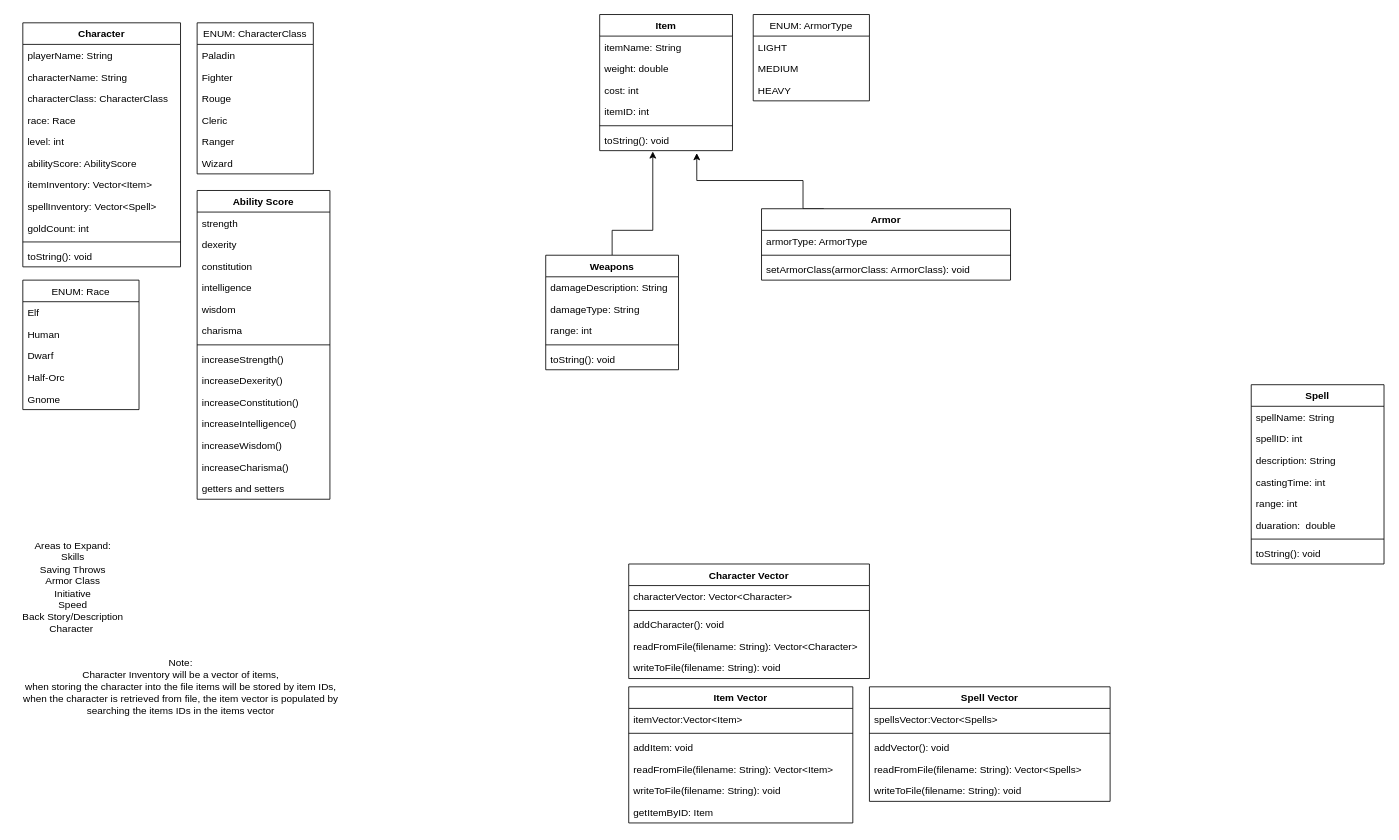
Before: documentation/project_class_structure_and_design.drawio in ScientiaDominus/ECE-3220-Project, a draw.io diagram. Source tidied: cells renumbered, new cells numbered last; positions are measured from the earlier drawing's top-left corner, leaving out a move shared by most shapes. Both pictures are drawn from the tidied source at 83%, with x=0, y=0 at pixel (14, 14).
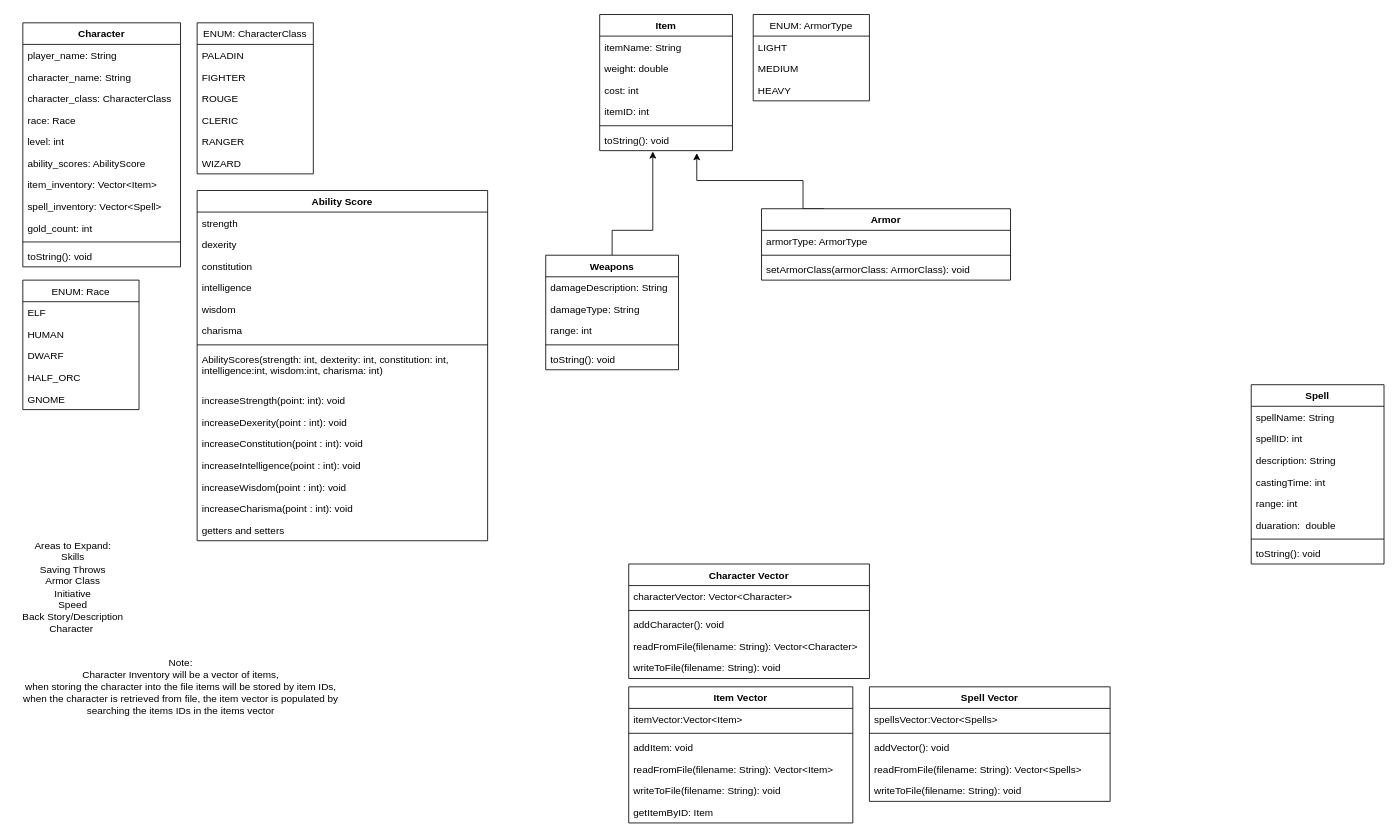
After the change.

Commit message:
Updated Race and CharacterClass enumerations, added Constructor to AbilityScores

The change refers to these unchanged cells:
```xml
<mxCell id="2" value="Character" style="swimlane;fontStyle=1;align=center;verticalAlign=top;horizontal=1;startSize=26;" parent="1" vertex="1">
  <mxGeometry x="10" y="10" width="190" height="294" as="geometry" />
</mxCell>
<mxCell id="52" value="ENUM: Race" style="swimlane;fontStyle=0;horizontal=1;startSize=26;fillColor=none;" parent="1" vertex="1">
  <mxGeometry x="10" y="320" width="140" height="156" as="geometry" />
</mxCell>
<mxCell id="65" value="ENUM: CharacterClass" style="swimlane;fontStyle=0;horizontal=1;startSize=26;fillColor=none;" parent="1" vertex="1">
  <mxGeometry x="220" y="10" width="140" height="182" as="geometry" />
</mxCell>
```

Change to the diagram source:
```diff
@@
-    <mxCell id="3" value="playerName: String" style="text;strokeColor=none;fillColor=none;align=left;verticalAlign=top;spacingLeft=4;spacingRight=4;overflow=hidden;" parent="2" vertex="1">
+    <mxCell id="3" value="player_name: String" style="text;strokeColor=none;fillColor=none;align=left;verticalAlign=top;spacingLeft=4;spacingRight=4;overflow=hidden;" parent="2" vertex="1">
       <mxGeometry y="26" width="190" height="26" as="geometry" />
     </mxCell>
-    <mxCell id="4" value="characterName: String" style="text;strokeColor=none;fillColor=none;align=left;verticalAlign=top;spacingLeft=4;spacingRight=4;overflow=hidden;" parent="2" vertex="1">
+    <mxCell id="4" value="character_name: String" style="text;strokeColor=none;fillColor=none;align=left;verticalAlign=top;spacingLeft=4;spacingRight=4;overflow=hidden;" parent="2" vertex="1">
       <mxGeometry y="52" width="190" height="26" as="geometry" />
     </mxCell>
-    <mxCell id="5" value="characterClass: CharacterClass" style="text;strokeColor=none;fillColor=none;align=left;verticalAlign=top;spacingLeft=4;spacingRight=4;overflow=hidden;" parent="2" vertex="1">
+    <mxCell id="5" value="character_class: CharacterClass" style="text;strokeColor=none;fillColor=none;align=left;verticalAlign=top;spacingLeft=4;spacingRight=4;overflow=hidden;" parent="2" vertex="1">
       <mxGeometry y="78" width="190" height="26" as="geometry" />
     </mxCell>
@@
-    <mxCell id="8" value="abilityScore: AbilityScore" style="text;strokeColor=none;fillColor=none;align=left;verticalAlign=top;spacingLeft=4;spacingRight=4;overflow=hidden;" parent="2" vertex="1">
+    <mxCell id="8" value="ability_scores: AbilityScore" style="text;strokeColor=none;fillColor=none;align=left;verticalAlign=top;spacingLeft=4;spacingRight=4;overflow=hidden;" parent="2" vertex="1">
       <mxGeometry y="156" width="190" height="26" as="geometry" />
     </mxCell>
-    <mxCell id="9" value="itemInventory: Vector&lt;Item&gt;" style="text;strokeColor=none;fillColor=none;align=left;verticalAlign=top;spacingLeft=4;spacingRight=4;overflow=hidden;" parent="2" vertex="1">
+    <mxCell id="9" value="item_inventory: Vector&lt;Item&gt;" style="text;strokeColor=none;fillColor=none;align=left;verticalAlign=top;spacingLeft=4;spacingRight=4;overflow=hidden;" parent="2" vertex="1">
       <mxGeometry y="182" width="190" height="26" as="geometry" />
     </mxCell>
-    <mxCell id="10" value="spellInventory: Vector&lt;Spell&gt;" style="text;strokeColor=none;fillColor=none;align=left;verticalAlign=top;spacingLeft=4;spacingRight=4;overflow=hidden;" parent="2" vertex="1">
+    <mxCell id="10" value="spell_inventory: Vector&lt;Spell&gt;" style="text;strokeColor=none;fillColor=none;align=left;verticalAlign=top;spacingLeft=4;spacingRight=4;overflow=hidden;" parent="2" vertex="1">
       <mxGeometry y="208" width="190" height="26" as="geometry" />
     </mxCell>
-    <mxCell id="11" value="goldCount: int" style="text;strokeColor=none;fillColor=none;align=left;verticalAlign=top;spacingLeft=4;spacingRight=4;overflow=hidden;" parent="2" vertex="1">
+    <mxCell id="11" value="gold_count: int" style="text;strokeColor=none;fillColor=none;align=left;verticalAlign=top;spacingLeft=4;spacingRight=4;overflow=hidden;" parent="2" vertex="1">
       <mxGeometry y="234" width="190" height="26" as="geometry" />
     </mxCell>
@@
     <mxCell id="37" value="Ability Score" style="swimlane;fontStyle=1;align=center;verticalAlign=top;horizontal=1;startSize=26;" parent="1" vertex="1">
-      <mxGeometry x="220" y="212" width="160" height="372" as="geometry" />
+      <mxGeometry x="220" y="212" width="350" height="422" as="geometry" />
     </mxCell>
     <mxCell id="38" value="strength" style="text;strokeColor=none;fillColor=none;align=left;verticalAlign=top;spacingLeft=4;spacingRight=4;overflow=hidden;" parent="37" vertex="1">
-      <mxGeometry y="26" width="160" height="26" as="geometry" />
+      <mxGeometry y="26" width="350" height="26" as="geometry" />
     </mxCell>
     <mxCell id="39" value="dexerity" style="text;strokeColor=none;fillColor=none;align=left;verticalAlign=top;spacingLeft=4;spacingRight=4;overflow=hidden;" parent="37" vertex="1">
-      <mxGeometry y="52" width="160" height="26" as="geometry" />
+      <mxGeometry y="52" width="350" height="26" as="geometry" />
     </mxCell>
     <mxCell id="40" value="constitution" style="text;strokeColor=none;fillColor=none;align=left;verticalAlign=top;spacingLeft=4;spacingRight=4;overflow=hidden;" parent="37" vertex="1">
-      <mxGeometry y="78" width="160" height="26" as="geometry" />
+      <mxGeometry y="78" width="350" height="26" as="geometry" />
     </mxCell>
     <mxCell id="41" value="intelligence" style="text;strokeColor=none;fillColor=none;align=left;verticalAlign=top;spacingLeft=4;spacingRight=4;overflow=hidden;" parent="37" vertex="1">
-      <mxGeometry y="104" width="160" height="26" as="geometry" />
+      <mxGeometry y="104" width="350" height="26" as="geometry" />
     </mxCell>
     <mxCell id="42" value="wisdom" style="text;strokeColor=none;fillColor=none;align=left;verticalAlign=top;spacingLeft=4;spacingRight=4;overflow=hidden;" parent="37" vertex="1">
-      <mxGeometry y="130" width="160" height="26" as="geometry" />
+      <mxGeometry y="130" width="350" height="26" as="geometry" />
     </mxCell>
     <mxCell id="43" value="charisma" style="text;strokeColor=none;fillColor=none;align=left;verticalAlign=top;spacingLeft=4;spacingRight=4;overflow=hidden;" parent="37" vertex="1">
-      <mxGeometry y="156" width="160" height="26" as="geometry" />
+      <mxGeometry y="156" width="350" height="26" as="geometry" />
     </mxCell>
     <mxCell id="44" style="line;strokeWidth=1;fillColor=none;align=left;verticalAlign=middle;spacingTop=-1;spacingLeft=3;spacingRight=3;labelPosition=right;" parent="37" vertex="1">
-      <mxGeometry y="182" width="160" height="8" as="geometry" />
+      <mxGeometry y="182" width="350" height="8" as="geometry" />
     </mxCell>
-    <mxCell id="45" value="increaseStrength()&#10;" style="text;strokeColor=none;fillColor=none;align=left;verticalAlign=top;spacingLeft=4;spacingRight=4;overflow=hidden;" parent="37" vertex="1">
-      <mxGeometry y="190" width="160" height="26" as="geometry" />
+    <mxCell id="45" value="AbilityScores(strength: int, dexterity: int, constitution: int, &#10;intelligence:int, wisdom:int, charisma: int)" style="text;strokeColor=none;fillColor=none;align=left;verticalAlign=top;spacingLeft=4;spacingRight=4;overflow=hidden;" parent="37" vertex="1">
+      <mxGeometry y="190" width="350" height="50" as="geometry" />
     </mxCell>
+    <mxCell id="95" value="increaseStrength(point: int): void" style="text;strokeColor=none;fillColor=none;align=left;verticalAlign=top;spacingLeft=4;spacingRight=4;overflow=hidden;" parent="37" vertex="1">
+      <mxGeometry y="240" width="350" height="26" as="geometry" />
+    </mxCell>
-    <mxCell id="46" value="increaseDexerity()&#10;" style="text;strokeColor=none;fillColor=none;align=left;verticalAlign=top;spacingLeft=4;spacingRight=4;overflow=hidden;" parent="37" vertex="1">
-      <mxGeometry y="216" width="160" height="26" as="geometry" />
+    <mxCell id="46" value="increaseDexerity(point : int): void" style="text;strokeColor=none;fillColor=none;align=left;verticalAlign=top;spacingLeft=4;spacingRight=4;overflow=hidden;" parent="37" vertex="1">
+      <mxGeometry y="266" width="350" height="26" as="geometry" />
     </mxCell>
-    <mxCell id="47" value="increaseConstitution()&#10;" style="text;strokeColor=none;fillColor=none;align=left;verticalAlign=top;spacingLeft=4;spacingRight=4;overflow=hidden;" parent="37" vertex="1">
-      <mxGeometry y="242" width="160" height="26" as="geometry" />
+    <mxCell id="47" value="increaseConstitution(point : int): void" style="text;strokeColor=none;fillColor=none;align=left;verticalAlign=top;spacingLeft=4;spacingRight=4;overflow=hidden;" parent="37" vertex="1">
+      <mxGeometry y="292" width="350" height="26" as="geometry" />
     </mxCell>
-    <mxCell id="48" value="increaseIntelligence()&#10;" style="text;strokeColor=none;fillColor=none;align=left;verticalAlign=top;spacingLeft=4;spacingRight=4;overflow=hidden;" parent="37" vertex="1">
-      <mxGeometry y="268" width="160" height="26" as="geometry" />
+    <mxCell id="48" value="increaseIntelligence(point : int): void" style="text;strokeColor=none;fillColor=none;align=left;verticalAlign=top;spacingLeft=4;spacingRight=4;overflow=hidden;" parent="37" vertex="1">
+      <mxGeometry y="318" width="350" height="26" as="geometry" />
     </mxCell>
-    <mxCell id="49" value="increaseWisdom()&#10;" style="text;strokeColor=none;fillColor=none;align=left;verticalAlign=top;spacingLeft=4;spacingRight=4;overflow=hidden;" parent="37" vertex="1">
-      <mxGeometry y="294" width="160" height="26" as="geometry" />
+    <mxCell id="49" value="increaseWisdom(point : int): void" style="text;strokeColor=none;fillColor=none;align=left;verticalAlign=top;spacingLeft=4;spacingRight=4;overflow=hidden;" parent="37" vertex="1">
+      <mxGeometry y="344" width="350" height="26" as="geometry" />
     </mxCell>
-    <mxCell id="50" value="increaseCharisma()&#10;" style="text;strokeColor=none;fillColor=none;align=left;verticalAlign=top;spacingLeft=4;spacingRight=4;overflow=hidden;" parent="37" vertex="1">
-      <mxGeometry y="320" width="160" height="26" as="geometry" />
+    <mxCell id="50" value="increaseCharisma(point : int): void" style="text;strokeColor=none;fillColor=none;align=left;verticalAlign=top;spacingLeft=4;spacingRight=4;overflow=hidden;" parent="37" vertex="1">
+      <mxGeometry y="370" width="350" height="26" as="geometry" />
     </mxCell>
     <mxCell id="51" value="getters and setters" style="text;strokeColor=none;fillColor=none;align=left;verticalAlign=top;spacingLeft=4;spacingRight=4;overflow=hidden;" parent="37" vertex="1">
-      <mxGeometry y="346" width="160" height="26" as="geometry" />
+      <mxGeometry y="396" width="350" height="26" as="geometry" />
     </mxCell>
@@
-    <mxCell id="53" value="Elf" style="text;strokeColor=none;fillColor=none;align=left;verticalAlign=top;spacingLeft=4;spacingRight=4;overflow=hidden;" parent="52" vertex="1">
+    <mxCell id="53" value="ELF" style="text;strokeColor=none;fillColor=none;align=left;verticalAlign=top;spacingLeft=4;spacingRight=4;overflow=hidden;" parent="52" vertex="1">
       <mxGeometry y="26" width="140" height="26" as="geometry" />
     </mxCell>
-    <mxCell id="54" value="Human" style="text;strokeColor=none;fillColor=none;align=left;verticalAlign=top;spacingLeft=4;spacingRight=4;overflow=hidden;" parent="52" vertex="1">
+    <mxCell id="54" value="HUMAN" style="text;strokeColor=none;fillColor=none;align=left;verticalAlign=top;spacingLeft=4;spacingRight=4;overflow=hidden;" parent="52" vertex="1">
       <mxGeometry y="52" width="140" height="26" as="geometry" />
     </mxCell>
-    <mxCell id="55" value="Dwarf" style="text;strokeColor=none;fillColor=none;align=left;verticalAlign=top;spacingLeft=4;spacingRight=4;overflow=hidden;" parent="52" vertex="1">
+    <mxCell id="55" value="DWARF" style="text;strokeColor=none;fillColor=none;align=left;verticalAlign=top;spacingLeft=4;spacingRight=4;overflow=hidden;" parent="52" vertex="1">
       <mxGeometry y="78" width="140" height="26" as="geometry" />
     </mxCell>
-    <mxCell id="56" value="Half-Orc" style="text;strokeColor=none;fillColor=none;align=left;verticalAlign=top;spacingLeft=4;spacingRight=4;overflow=hidden;" parent="52" vertex="1">
+    <mxCell id="56" value="HALF_ORC" style="text;strokeColor=none;fillColor=none;align=left;verticalAlign=top;spacingLeft=4;spacingRight=4;overflow=hidden;" parent="52" vertex="1">
       <mxGeometry y="104" width="140" height="26" as="geometry" />
     </mxCell>
-    <mxCell id="57" value="Gnome" style="text;strokeColor=none;fillColor=none;align=left;verticalAlign=top;spacingLeft=4;spacingRight=4;overflow=hidden;" parent="52" vertex="1">
+    <mxCell id="57" value="GNOME" style="text;strokeColor=none;fillColor=none;align=left;verticalAlign=top;spacingLeft=4;spacingRight=4;overflow=hidden;" parent="52" vertex="1">
       <mxGeometry y="130" width="140" height="26" as="geometry" />
     </mxCell>
@@
-    <mxCell id="66" value="Paladin" style="text;strokeColor=none;fillColor=none;align=left;verticalAlign=top;spacingLeft=4;spacingRight=4;overflow=hidden;" parent="65" vertex="1">
+    <mxCell id="66" value="PALADIN" style="text;strokeColor=none;fillColor=none;align=left;verticalAlign=top;spacingLeft=4;spacingRight=4;overflow=hidden;" parent="65" vertex="1">
       <mxGeometry y="26" width="140" height="26" as="geometry" />
     </mxCell>
-    <mxCell id="67" value="Fighter" style="text;strokeColor=none;fillColor=none;align=left;verticalAlign=top;spacingLeft=4;spacingRight=4;overflow=hidden;" parent="65" vertex="1">
+    <mxCell id="67" value="FIGHTER" style="text;strokeColor=none;fillColor=none;align=left;verticalAlign=top;spacingLeft=4;spacingRight=4;overflow=hidden;" parent="65" vertex="1">
       <mxGeometry y="52" width="140" height="26" as="geometry" />
     </mxCell>
-    <mxCell id="68" value="Rouge" style="text;strokeColor=none;fillColor=none;align=left;verticalAlign=top;spacingLeft=4;spacingRight=4;overflow=hidden;" parent="65" vertex="1">
+    <mxCell id="68" value="ROUGE" style="text;strokeColor=none;fillColor=none;align=left;verticalAlign=top;spacingLeft=4;spacingRight=4;overflow=hidden;" parent="65" vertex="1">
       <mxGeometry y="78" width="140" height="26" as="geometry" />
     </mxCell>
-    <mxCell id="69" value="Cleric" style="text;strokeColor=none;fillColor=none;align=left;verticalAlign=top;spacingLeft=4;spacingRight=4;overflow=hidden;" parent="65" vertex="1">
+    <mxCell id="69" value="CLERIC" style="text;strokeColor=none;fillColor=none;align=left;verticalAlign=top;spacingLeft=4;spacingRight=4;overflow=hidden;" parent="65" vertex="1">
       <mxGeometry y="104" width="140" height="26" as="geometry" />
     </mxCell>
-    <mxCell id="70" value="Ranger" style="text;strokeColor=none;fillColor=none;align=left;verticalAlign=top;spacingLeft=4;spacingRight=4;overflow=hidden;" parent="65" vertex="1">
+    <mxCell id="70" value="RANGER" style="text;strokeColor=none;fillColor=none;align=left;verticalAlign=top;spacingLeft=4;spacingRight=4;overflow=hidden;" parent="65" vertex="1">
       <mxGeometry y="130" width="140" height="26" as="geometry" />
     </mxCell>
-    <mxCell id="71" value="Wizard" style="text;strokeColor=none;fillColor=none;align=left;verticalAlign=top;spacingLeft=4;spacingRight=4;overflow=hidden;" parent="65" vertex="1">
+    <mxCell id="71" value="WIZARD" style="text;strokeColor=none;fillColor=none;align=left;verticalAlign=top;spacingLeft=4;spacingRight=4;overflow=hidden;" parent="65" vertex="1">
       <mxGeometry y="156" width="140" height="26" as="geometry" />
     </mxCell>
```
